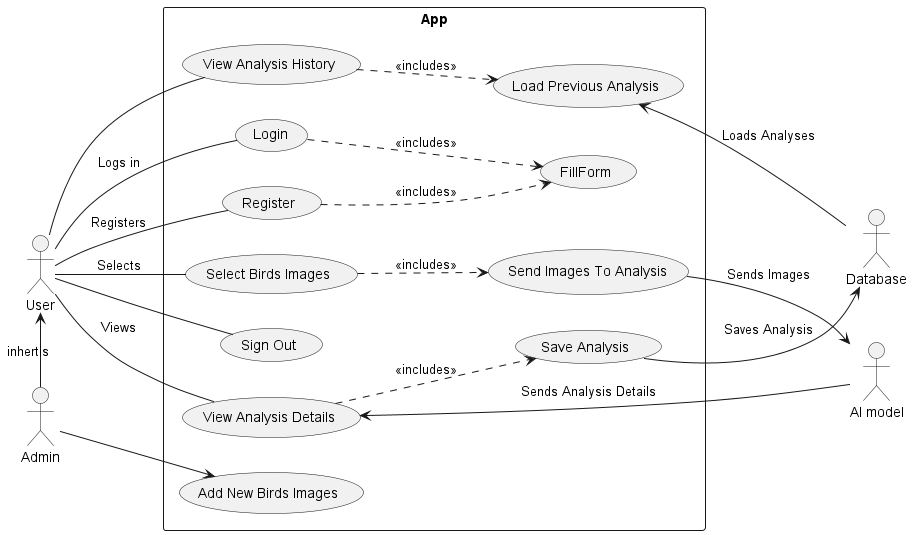
Earlier version of the PlantUML export Use_Case.png (ikolton/MOproject).
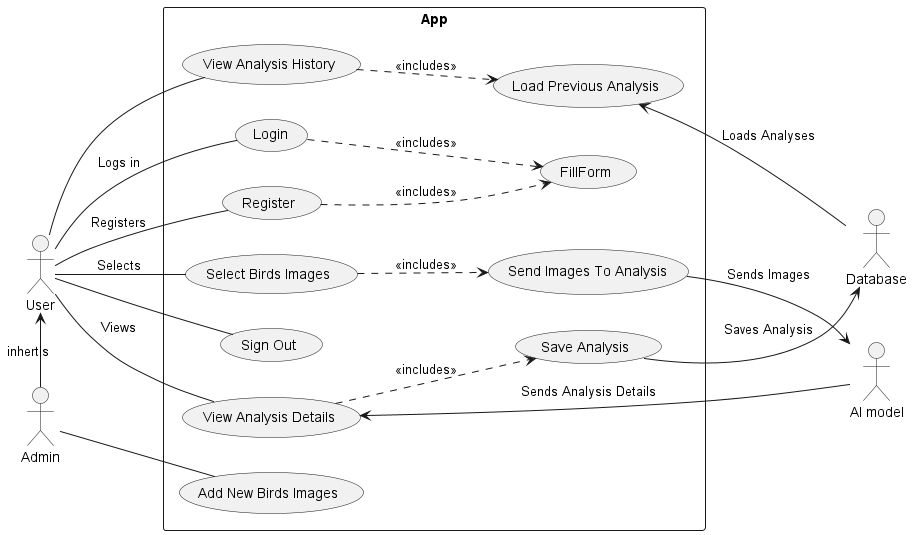
Above is the later version.

Diff of the diagram source:
```diff
@@ -47,7 +47,7 @@
 
 A -left-> U : inhertis
 
-A --> ANBI
+A -- ANBI
 
 DB -up-> LPA : Loads Analyses
 DB <-left- SA : Saves Analysis
```
